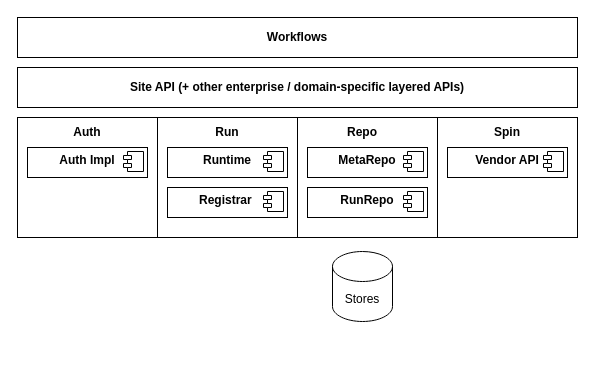
Above: page "Subsystem Stack" (2 of 4) of docs/lwfm.drawio in lwfm-proj/lwfm (draw.io), before the change. Source tidied: cells renumbered, new cells numbered last; positions are measured from the earlier drawing's top-left corner, leaving out a move shared by most shapes. Both pictures are drawn from the tidied source at 100%, with x=0, y=0 at pixel (17, 17).
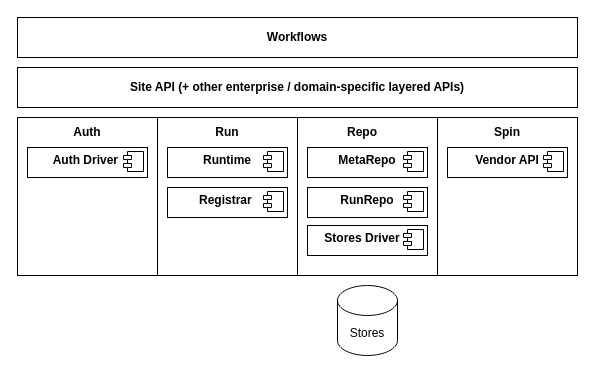
Above is the later version.

The edit, as a diff of the source:
```diff
@@
     <mxCell id="2" style="rounded=0;whiteSpace=wrap;html=1;" parent="1" vertex="1">
-      <mxGeometry x="420" y="100" width="140" height="120" as="geometry" />
+      <mxGeometry x="420" y="100" width="140" height="158" as="geometry" />
     </mxCell>
     <mxCell id="3" style="rounded=0;whiteSpace=wrap;html=1;" parent="1" vertex="1">
-      <mxGeometry x="280" y="100" width="140" height="120" as="geometry" />
+      <mxGeometry x="280" y="100" width="140" height="158" as="geometry" />
     </mxCell>
     <mxCell id="4" style="rounded=0;whiteSpace=wrap;html=1;" parent="1" vertex="1">
-      <mxGeometry x="140" y="100" width="140" height="120" as="geometry" />
+      <mxGeometry x="140" y="100" width="140" height="158" as="geometry" />
     </mxCell>
     <mxCell id="5" style="rounded=0;whiteSpace=wrap;html=1;" parent="1" vertex="1">
-      <mxGeometry y="100" width="140" height="120" as="geometry" />
+      <mxGeometry y="100" width="140" height="158" as="geometry" />
     </mxCell>
@@
-    <mxCell id="12" value="&lt;p style=&quot;margin:0px;margin-top:6px;text-align:center;&quot;&gt;&lt;b&gt;Auth Impl&lt;/b&gt;&lt;/p&gt;" style="align=left;overflow=fill;html=1;" parent="1" vertex="1">
+    <mxCell id="12" value="&lt;p style=&quot;margin:0px;margin-top:6px;text-align:center;&quot;&gt;&lt;b&gt;Auth Driver&amp;nbsp;&lt;/b&gt;&lt;/p&gt;" style="align=left;overflow=fill;html=1;" parent="1" vertex="1">
       <mxGeometry x="10" y="130" width="120" height="30" as="geometry" />
     </mxCell>
@@
     <mxCell id="18" value="Stores" style="shape=cylinder3;whiteSpace=wrap;html=1;boundedLbl=1;backgroundOutline=1;size=15;" parent="1" vertex="1">
-      <mxGeometry x="315" y="234" width="60" height="70" as="geometry" />
+      <mxGeometry x="320" y="268" width="60" height="70" as="geometry" />
     </mxCell>
@@
+    <mxCell id="25" value="&lt;p style=&quot;margin:0px;margin-top:6px;text-align:center;&quot;&gt;&lt;b&gt;Stores Driver&amp;nbsp; &amp;nbsp;&lt;/b&gt;&lt;/p&gt;" style="align=left;overflow=fill;html=1;" parent="1" vertex="1">
+      <mxGeometry x="290" y="208" width="120" height="30" as="geometry" />
+    </mxCell>
+    <mxCell id="26" style="shape=component;jettyWidth=8;jettyHeight=4;" parent="25" vertex="1">
+      <mxGeometry x="1" width="20" height="20" relative="1" as="geometry">
+        <mxPoint x="-24" y="4" as="offset" />
+      </mxGeometry>
+    </mxCell>
```
